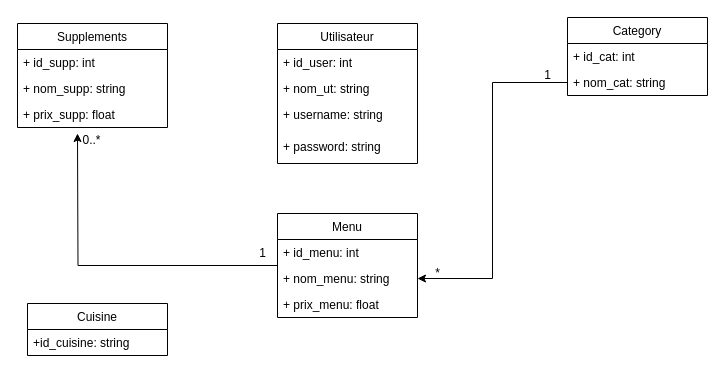
Before: resto.drawio in aminov92/pizzahouse, a draw.io diagram. Source tidied: cells renumbered, new cells numbered last; positions are measured from the earlier drawing's top-left corner, leaving out a move shared by most shapes. Both pictures are drawn from the tidied source at 100%, with x=0, y=0 at pixel (17, 17).
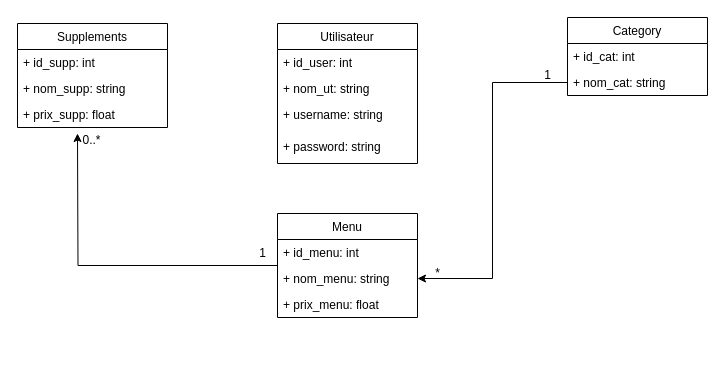
The same diagram, later.

Diff of the diagram source:
```diff
@@
-    <mxCell id="24" value="Cuisine" style="swimlane;fontStyle=0;horizontal=1;startSize=26;fillColor=none;" parent="1" vertex="1">
-      <mxGeometry x="10" y="286" width="140" height="52" as="geometry" />
-    </mxCell>
-    <mxCell id="25" value="+id_cuisine: string" style="text;strokeColor=none;fillColor=none;align=left;verticalAlign=top;spacingLeft=4;spacingRight=4;overflow=hidden;" parent="24" vertex="1">
-      <mxGeometry y="26" width="140" height="26" as="geometry" />
-    </mxCell>
```
